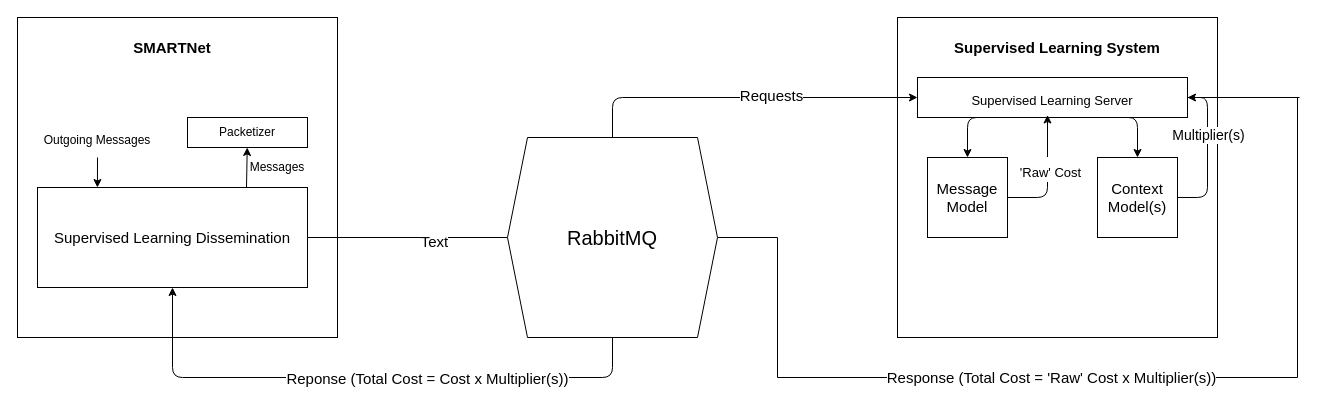
Earlier version of the draw.io diagram Untitled Diagram.drawio (rohitrajgopalan/mlm). Source tidied: cells renumbered, new cells numbered last; positions are measured from the earlier drawing's top-left corner, leaving out a move shared by most shapes. Both pictures are drawn from the tidied source at 100%, with x=0, y=0 at pixel (17, 17).
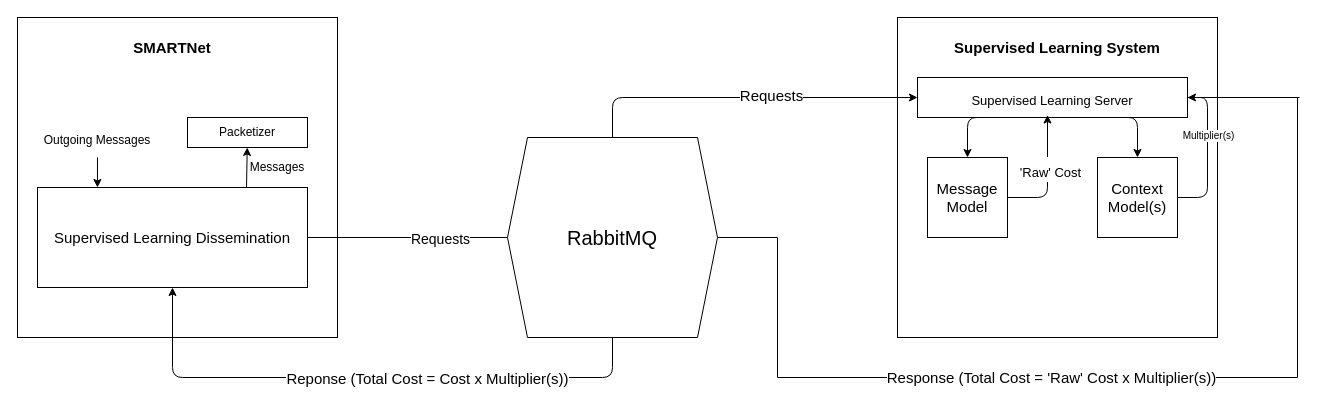
Above is the later version.

The change refers to these unchanged cells:
```xml
<mxCell id="4" value="&lt;font style=&quot;font-size: 15px&quot;&gt;Supervised Learning Dissemination&lt;/font&gt;" style="rounded=0;whiteSpace=wrap;html=1;" parent="1" vertex="1">
  <mxGeometry x="20" y="170" width="270" height="100" as="geometry" />
</mxCell>
<mxCell id="10" value="RabbitMQ" style="shape=hexagon;perimeter=hexagonPerimeter2;whiteSpace=wrap;html=1;fixedSize=1;fontSize=20;" parent="1" vertex="1">
  <mxGeometry x="490" y="120" width="210" height="200" as="geometry" />
</mxCell>
<mxCell id="32" style="edgeStyle=segmentEdgeStyle;endArrow=classic;html=1;fontSize=10;entryX=1;entryY=0.5;entryDx=0;entryDy=0;" parent="1" edge="1" target="15">
  <mxGeometry relative="1" as="geometry">
    <mxPoint x="1160" y="180" as="sourcePoint" />
    <Array as="points">
      <mxPoint x="1190" y="180" />
      <mxPoint x="1190" y="80" />
    </Array>
  </mxGeometry>
</mxCell>
```

Diff of the diagram source:
```diff
@@
-    <mxCell id="11" style="endArrow=none;html=1;fontSize=20;exitX=1;exitY=0.5;exitDx=0;exitDy=0;entryX=0;entryY=0.5;entryDx=0;entryDy=0;" parent="1" edge="1" source="4" target="10">
-      <mxGeometry relative="1" as="geometry" />
-    </mxCell>
-    <mxCell id="12" value="Text" style="edgeLabel;html=1;align=center;verticalAlign=middle;fontSize=15;" parent="11" vertex="1">
-      <mxGeometry x="0.26" y="-3" relative="1" as="geometry" />
-    </mxCell>
@@
-    <mxCell id="33" value="&lt;font style=&quot;font-size: 14px&quot;&gt;Multiplier(s)&lt;/font&gt;" style="edgeLabel;html=1;align=center;verticalAlign=middle;fontSize=10;" parent="32" vertex="1">
+    <mxCell id="33" value="Multiplier(s)" style="edgeLabel;html=1;align=center;verticalAlign=middle;fontSize=10;" parent="32" vertex="1">
       <mxGeometry x="0.24" relative="1" as="geometry" />
     </mxCell>
+    <mxCell id="11" style="endArrow=none;html=1;fontSize=10;entryX=0;entryY=0.5;entryDx=0;entryDy=0;exitX=1;exitY=0.5;exitDx=0;exitDy=0;" parent="1" edge="1" source="4" target="10">
+      <mxGeometry relative="1" as="geometry" />
+    </mxCell>
+    <mxCell id="34" value="&lt;font style=&quot;font-size: 14px&quot;&gt;Requests&lt;/font&gt;" style="edgeLabel;html=1;align=center;verticalAlign=middle;fontSize=10;" parent="11" vertex="1">
+      <mxGeometry x="0.32" y="-1" relative="1" as="geometry" />
+    </mxCell>
```
